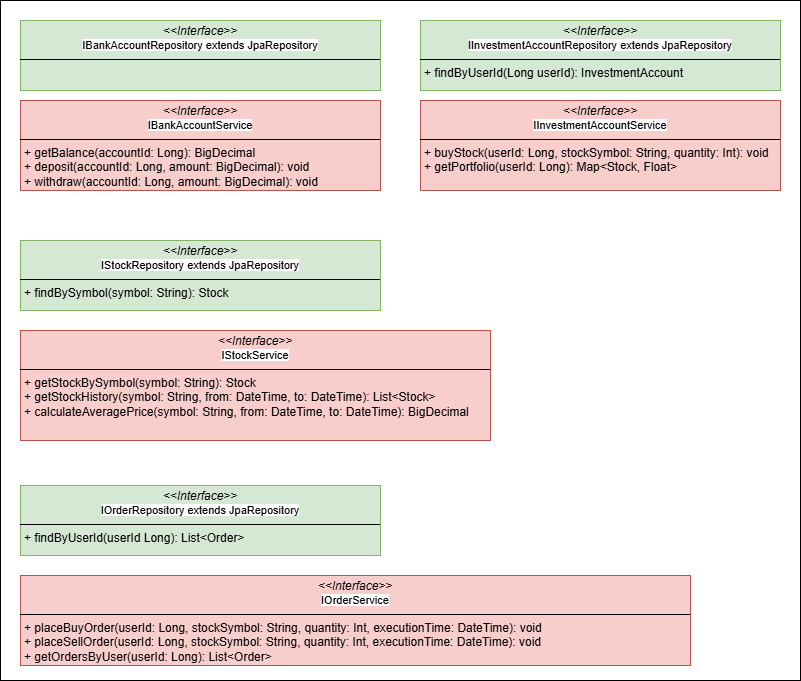
Before: doc/diagrams/STACS_Finance_Interfaces.png, a diagram exported from draw.io (djthomann/FinancePepjekt). Source tidied: cells renumbered, new cells last; positions are measured from the earlier drawing's top-left corner, leaving out a move shared by most shapes.
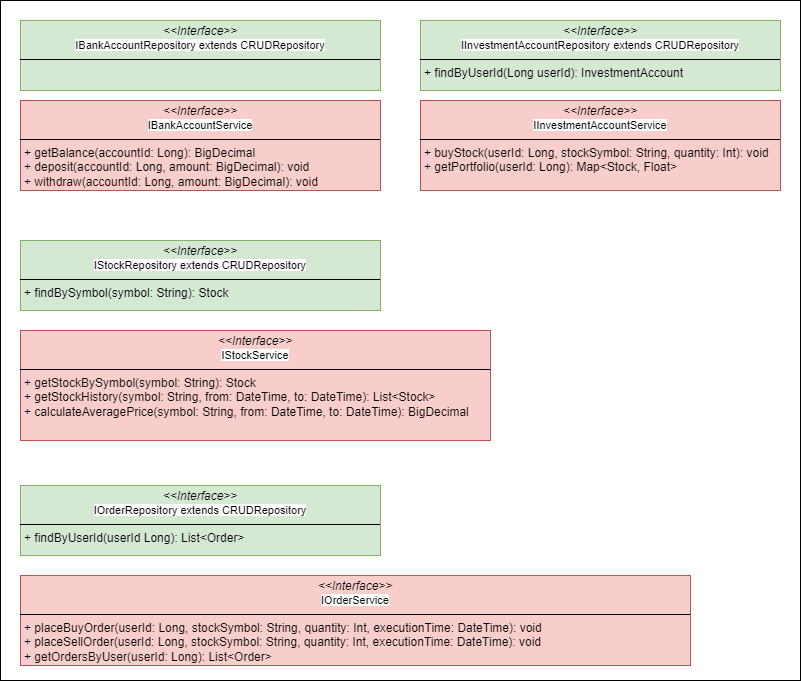
After the change.

Commit message:
Change JpaRepository to more general CRUDRepository

The edit, as a diff of the source:
```diff
@@ -5,19 +5,19 @@
     <mxCell id="2" style="rounded=0;whiteSpace=wrap;html=1;" parent="1" vertex="1">
       <mxGeometry width="800" height="680" as="geometry" />
     </mxCell>
-    <mxCell id="3" value="&lt;p style=&quot;margin:0px;margin-top:4px;text-align:center;&quot;&gt;&lt;i&gt;&amp;lt;&amp;lt;Interface&amp;gt;&amp;gt;&lt;/i&gt;&lt;br&gt;&lt;span style=&quot;font-size: 11px; text-wrap-mode: nowrap; background-color: rgb(255, 255, 255);&quot;&gt;IBankAccountRepository extends JpaRepository&lt;/span&gt;&lt;/p&gt;&lt;hr size=&quot;1&quot; style=&quot;border-style:solid;&quot;&gt;&lt;p style=&quot;margin:0px;margin-left:4px;&quot;&gt;&lt;br&gt;&lt;/p&gt;" style="verticalAlign=top;align=left;overflow=fill;html=1;whiteSpace=wrap;fillColor=#d5e8d4;strokeColor=#82b366;" parent="1" vertex="1">
+    <mxCell id="3" value="&lt;p style=&quot;margin:0px;margin-top:4px;text-align:center;&quot;&gt;&lt;i&gt;&amp;lt;&amp;lt;Interface&amp;gt;&amp;gt;&lt;/i&gt;&lt;br&gt;&lt;span style=&quot;font-size: 11px; text-wrap-mode: nowrap; background-color: rgb(255, 255, 255);&quot;&gt;IBankAccountRepository extends CRUDRepository&lt;/span&gt;&lt;/p&gt;&lt;hr size=&quot;1&quot; style=&quot;border-style:solid;&quot;&gt;&lt;p style=&quot;margin:0px;margin-left:4px;&quot;&gt;&lt;br&gt;&lt;/p&gt;" style="verticalAlign=top;align=left;overflow=fill;html=1;whiteSpace=wrap;fillColor=#d5e8d4;strokeColor=#82b366;" parent="1" vertex="1">
       <mxGeometry x="20" y="20" width="360" height="70" as="geometry" />
     </mxCell>
     <mxCell id="4" value="&lt;p style=&quot;margin:0px;margin-top:4px;text-align:center;&quot;&gt;&lt;i&gt;&amp;lt;&amp;lt;Interface&amp;gt;&amp;gt;&lt;/i&gt;&lt;br&gt;&lt;span style=&quot;font-size: 11px; text-wrap-mode: nowrap; background-color: rgb(255, 255, 255);&quot;&gt;IBankAccountService&lt;/span&gt;&lt;/p&gt;&lt;hr size=&quot;1&quot; style=&quot;border-style:solid;&quot;&gt;&lt;p style=&quot;margin:0px;margin-left:4px;&quot;&gt;+ getBalance(accountId: Long): BigDecimal&lt;/p&gt;&lt;p style=&quot;margin:0px;margin-left:4px;&quot;&gt;+ deposit(accountId: Long, amount: BigDecimal): void&lt;/p&gt;&lt;p style=&quot;margin:0px;margin-left:4px;&quot;&gt;+ withdraw(accountId: Long, amount: BigDecimal): void&lt;/p&gt;" style="verticalAlign=top;align=left;overflow=fill;html=1;whiteSpace=wrap;fillColor=#f8cecc;strokeColor=#b85450;" parent="1" vertex="1">
       <mxGeometry x="20" y="100" width="360" height="90" as="geometry" />
     </mxCell>
-    <mxCell id="5" value="&lt;p style=&quot;margin:0px;margin-top:4px;text-align:center;&quot;&gt;&lt;i&gt;&amp;lt;&amp;lt;Interface&amp;gt;&amp;gt;&lt;/i&gt;&lt;br&gt;&lt;span style=&quot;font-size: 11px; text-wrap-mode: nowrap; background-color: rgb(255, 255, 255);&quot;&gt;IStockRepository extends JpaRepository&lt;/span&gt;&lt;/p&gt;&lt;hr size=&quot;1&quot; style=&quot;border-style:solid;&quot;&gt;&lt;p style=&quot;margin:0px;margin-left:4px;&quot;&gt;+ findBySymbol(symbol: String): Stock&lt;/p&gt;" style="verticalAlign=top;align=left;overflow=fill;html=1;whiteSpace=wrap;fillColor=#d5e8d4;strokeColor=#82b366;" parent="1" vertex="1">
+    <mxCell id="5" value="&lt;p style=&quot;margin:0px;margin-top:4px;text-align:center;&quot;&gt;&lt;i&gt;&amp;lt;&amp;lt;Interface&amp;gt;&amp;gt;&lt;/i&gt;&lt;br&gt;&lt;span style=&quot;font-size: 11px; text-wrap-mode: nowrap; background-color: rgb(255, 255, 255);&quot;&gt;IStockRepository extends CRUDRepository&lt;/span&gt;&lt;/p&gt;&lt;hr size=&quot;1&quot; style=&quot;border-style:solid;&quot;&gt;&lt;p style=&quot;margin:0px;margin-left:4px;&quot;&gt;+ findBySymbol(symbol: String): Stock&lt;/p&gt;" style="verticalAlign=top;align=left;overflow=fill;html=1;whiteSpace=wrap;fillColor=#d5e8d4;strokeColor=#82b366;" parent="1" vertex="1">
       <mxGeometry x="20" y="240" width="360" height="70" as="geometry" />
     </mxCell>
     <mxCell id="6" value="&lt;p style=&quot;margin:0px;margin-top:4px;text-align:center;&quot;&gt;&lt;i&gt;&amp;lt;&amp;lt;Interface&amp;gt;&amp;gt;&lt;/i&gt;&lt;br&gt;&lt;span style=&quot;font-size: 11px; text-wrap-mode: nowrap; background-color: rgb(255, 255, 255);&quot;&gt;IStockService&lt;/span&gt;&lt;/p&gt;&lt;hr size=&quot;1&quot; style=&quot;border-style:solid;&quot;&gt;&lt;p style=&quot;margin:0px;margin-left:4px;&quot;&gt;+ getStockBySymbol(symbol: String): Stock&lt;/p&gt;&lt;p style=&quot;margin:0px;margin-left:4px;&quot;&gt;+ getStockHistory(symbol: String, from: DateTime, to: DateTime): List&amp;lt;Stock&amp;gt;&lt;/p&gt;&lt;p style=&quot;margin:0px;margin-left:4px;&quot;&gt;+ calculateAveragePrice(symbol: String,&amp;nbsp;&lt;span style=&quot;background-color: initial;&quot;&gt;from: DateTime, to: DateTime): BigDecimal&lt;/span&gt;&lt;/p&gt;" style="verticalAlign=top;align=left;overflow=fill;html=1;whiteSpace=wrap;fillColor=#f8cecc;strokeColor=#b85450;" parent="1" vertex="1">
       <mxGeometry x="20" y="330" width="470" height="110" as="geometry" />
     </mxCell>
-    <mxCell id="7" value="&lt;p style=&quot;margin:0px;margin-top:4px;text-align:center;&quot;&gt;&lt;i&gt;&amp;lt;&amp;lt;Interface&amp;gt;&amp;gt;&lt;/i&gt;&lt;br&gt;&lt;span style=&quot;font-size: 11px; text-wrap-mode: nowrap; background-color: rgb(255, 255, 255);&quot;&gt;IInvestmentAccountRepository extends JpaRepository&lt;/span&gt;&lt;/p&gt;&lt;hr size=&quot;1&quot; style=&quot;border-style:solid;&quot;&gt;&lt;p style=&quot;margin:0px;margin-left:4px;&quot;&gt;+ findByUserId(Long userId): InvestmentAccount&lt;/p&gt;" style="verticalAlign=top;align=left;overflow=fill;html=1;whiteSpace=wrap;fillColor=#d5e8d4;strokeColor=#82b366;" parent="1" vertex="1">
+    <mxCell id="7" value="&lt;p style=&quot;margin:0px;margin-top:4px;text-align:center;&quot;&gt;&lt;i&gt;&amp;lt;&amp;lt;Interface&amp;gt;&amp;gt;&lt;/i&gt;&lt;br&gt;&lt;span style=&quot;font-size: 11px; text-wrap-mode: nowrap; background-color: rgb(255, 255, 255);&quot;&gt;IInvestmentAccountRepository extends CRUDRepository&lt;/span&gt;&lt;/p&gt;&lt;hr size=&quot;1&quot; style=&quot;border-style:solid;&quot;&gt;&lt;p style=&quot;margin:0px;margin-left:4px;&quot;&gt;+ findByUserId(Long userId): InvestmentAccount&lt;/p&gt;" style="verticalAlign=top;align=left;overflow=fill;html=1;whiteSpace=wrap;fillColor=#d5e8d4;strokeColor=#82b366;" parent="1" vertex="1">
       <mxGeometry x="420" y="20" width="360" height="70" as="geometry" />
     </mxCell>
     <mxCell id="8" value="&lt;p style=&quot;margin:0px;margin-top:4px;text-align:center;&quot;&gt;&lt;i&gt;&amp;lt;&amp;lt;Interface&amp;gt;&amp;gt;&lt;/i&gt;&lt;br&gt;&lt;span style=&quot;font-size: 11px; text-wrap-mode: nowrap; background-color: rgb(255, 255, 255);&quot;&gt;IInvestmentAccountService&lt;/span&gt;&lt;/p&gt;&lt;hr size=&quot;1&quot; style=&quot;border-style:solid;&quot;&gt;&lt;p style=&quot;margin:0px;margin-left:4px;&quot;&gt;+ buyStock(userId: Long, stockSymbol: String, quantity: Int): void&lt;br&gt;+ getPortfolio(userId: Long): Map&amp;lt;Stock, Float&amp;gt;&lt;/p&gt;" style="verticalAlign=top;align=left;overflow=fill;html=1;whiteSpace=wrap;fillColor=#f8cecc;strokeColor=#b85450;" parent="1" vertex="1">
@@ -26,7 +26,7 @@
     <mxCell id="9" value="&lt;p style=&quot;margin:0px;margin-top:4px;text-align:center;&quot;&gt;&lt;i&gt;&amp;lt;&amp;lt;Interface&amp;gt;&amp;gt;&lt;/i&gt;&lt;br&gt;&lt;span style=&quot;font-size: 11px; text-wrap-mode: nowrap; background-color: rgb(255, 255, 255);&quot;&gt;IOrderService&lt;/span&gt;&lt;/p&gt;&lt;hr size=&quot;1&quot; style=&quot;border-style:solid;&quot;&gt;&lt;p style=&quot;margin:0px;margin-left:4px;&quot;&gt;+ placeBuyOrder(userId: Long, stockSymbol: String, quantity: Int, executionTime: DateTime): void&lt;/p&gt;&lt;p style=&quot;margin:0px;margin-left:4px;&quot;&gt;+ placeSellOrder&lt;span style=&quot;background-color: initial;&quot;&gt;(userId: Long, stockSymbol: String, quantity: Int,&amp;nbsp;&lt;/span&gt;&lt;span style=&quot;background-color: initial;&quot;&gt;executionTime: DateTime&lt;/span&gt;&lt;span style=&quot;background-color: initial;&quot;&gt;): void&lt;/span&gt;&lt;/p&gt;&lt;p style=&quot;margin:0px;margin-left:4px;&quot;&gt;&lt;span style=&quot;background-color: initial;&quot;&gt;+ getOrdersByUser(userId: Long): List&amp;lt;Order&amp;gt;&lt;/span&gt;&lt;/p&gt;" style="verticalAlign=top;align=left;overflow=fill;html=1;whiteSpace=wrap;fillColor=#f8cecc;strokeColor=#b85450;" parent="1" vertex="1">
       <mxGeometry x="20" y="575" width="670" height="90" as="geometry" />
     </mxCell>
-    <mxCell id="10" value="&lt;p style=&quot;margin:0px;margin-top:4px;text-align:center;&quot;&gt;&lt;i&gt;&amp;lt;&amp;lt;Interface&amp;gt;&amp;gt;&lt;/i&gt;&lt;br&gt;&lt;span style=&quot;font-size: 11px; text-wrap-mode: nowrap; background-color: rgb(255, 255, 255);&quot;&gt;IOrderRepository extends JpaRepository&lt;/span&gt;&lt;/p&gt;&lt;hr size=&quot;1&quot; style=&quot;border-style:solid;&quot;&gt;&lt;p style=&quot;margin:0px;margin-left:4px;&quot;&gt;+ findByUserId(userId Long): List&amp;lt;Order&amp;gt;&lt;/p&gt;" style="verticalAlign=top;align=left;overflow=fill;html=1;whiteSpace=wrap;fillColor=#d5e8d4;strokeColor=#82b366;" parent="1" vertex="1">
+    <mxCell id="10" value="&lt;p style=&quot;margin:0px;margin-top:4px;text-align:center;&quot;&gt;&lt;i&gt;&amp;lt;&amp;lt;Interface&amp;gt;&amp;gt;&lt;/i&gt;&lt;br&gt;&lt;span style=&quot;font-size: 11px; text-wrap-mode: nowrap; background-color: rgb(255, 255, 255);&quot;&gt;IOrderRepository extends CRUDRepository&lt;/span&gt;&lt;/p&gt;&lt;hr size=&quot;1&quot; style=&quot;border-style:solid;&quot;&gt;&lt;p style=&quot;margin:0px;margin-left:4px;&quot;&gt;+ findByUserId(userId Long): List&amp;lt;Order&amp;gt;&lt;/p&gt;" style="verticalAlign=top;align=left;overflow=fill;html=1;whiteSpace=wrap;fillColor=#d5e8d4;strokeColor=#82b366;" parent="1" vertex="1">
       <mxGeometry x="20" y="485" width="360" height="70" as="geometry" />
     </mxCell>
   </root>
```
